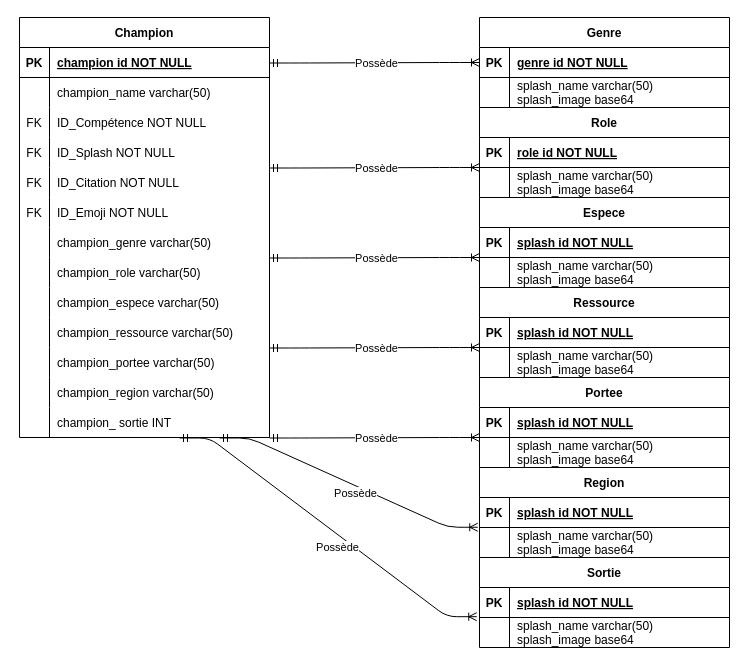
CamilleSimon/BTS2-CIEL-IR-MCD-2024-2025 keeps this draw.io diagram as Diagramme sans nom.drawio. Above is the earlier version. Source tidied: cells renumbered, new cells numbered last; positions are measured from the earlier drawing's top-left corner, leaving out a move shared by most shapes. Both pictures are drawn from the tidied source at 100%, with x=0, y=0 at pixel (19, 17).
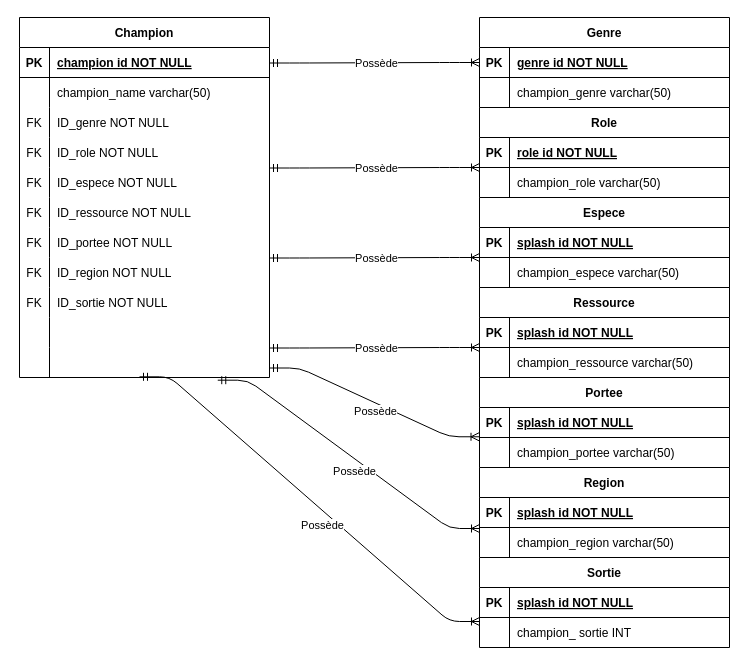
After the change.

Commit message (it also covers changes not shown here):
Mettre à jour Diagramme sans nom.drawio

Unchanged cells that the change refers to:
```xml
<mxCell id="9" style="shape=partialRectangle;fillColor=none;top=0;left=0;right=0;bottom=0;" parent="2" vertex="1">
  <mxGeometry y="90" width="250" height="30" as="geometry" />
</mxCell>
<mxCell id="12" style="shape=partialRectangle;fillColor=none;top=0;left=0;right=0;bottom=0;" parent="2" vertex="1">
  <mxGeometry y="120" width="250" height="30" as="geometry" />
</mxCell>
<mxCell id="15" style="shape=partialRectangle;fillColor=none;top=0;left=0;right=0;bottom=0;" parent="2" vertex="1">
  <mxGeometry y="150" width="250" height="30" as="geometry" />
</mxCell>
<mxCell id="18" style="shape=partialRectangle;fillColor=none;top=0;left=0;right=0;bottom=0;" parent="2" vertex="1">
  <mxGeometry y="180" width="250" height="30" as="geometry" />
</mxCell>
<mxCell id="21" style="shape=partialRectangle;fillColor=none;top=0;left=0;right=0;bottom=0;" parent="2" vertex="1">
  <mxGeometry y="210" width="250" height="30" as="geometry" />
</mxCell>
<mxCell id="24" style="shape=partialRectangle;fillColor=none;top=0;left=0;right=0;bottom=0;" parent="2" vertex="1">
  <mxGeometry y="240" width="250" height="30" as="geometry" />
</mxCell>
<mxCell id="27" style="shape=partialRectangle;fillColor=none;top=0;left=0;right=0;bottom=0;" parent="2" vertex="1">
  <mxGeometry y="270" width="250" height="30" as="geometry" />
</mxCell>
<mxCell id="30" style="shape=partialRectangle;fillColor=none;top=0;left=0;right=0;bottom=0;" parent="2" vertex="1">
  <mxGeometry y="300" width="250" height="30" as="geometry" />
</mxCell>
<mxCell id="33" style="shape=partialRectangle;fillColor=none;points=[[0,0.5],[1,0.5]];portConstraint=eastwest;top=0;left=0;right=0;bottom=0;" parent="2" vertex="1">
  <mxGeometry y="330" width="250" height="30" as="geometry" />
</mxCell>
<mxCell id="46" style="shape=partialRectangle;fillColor=none;top=0;left=0;right=0;bottom=0;" parent="42" vertex="1">
  <mxGeometry y="60" width="250" height="30" as="geometry" />
</mxCell>
<mxCell id="53" style="shape=partialRectangle;fillColor=none;top=0;left=0;right=0;bottom=0;" parent="49" vertex="1">
  <mxGeometry y="60" width="250" height="30" as="geometry" />
</mxCell>
<mxCell id="60" style="shape=partialRectangle;fillColor=none;top=0;left=0;right=0;bottom=0;" parent="56" vertex="1">
  <mxGeometry y="60" width="250" height="30" as="geometry" />
</mxCell>
<mxCell id="67" style="shape=partialRectangle;fillColor=none;top=0;left=0;right=0;bottom=0;" parent="63" vertex="1">
  <mxGeometry y="60" width="250" height="30" as="geometry" />
</mxCell>
<mxCell id="74" style="shape=partialRectangle;fillColor=none;points=[[0,0.5],[1,0.5]];portConstraint=eastwest;top=0;left=0;right=0;bottom=0;" parent="70" vertex="1">
  <mxGeometry y="60" width="250" height="30" as="geometry" />
</mxCell>
<mxCell id="81" style="shape=partialRectangle;fillColor=none;points=[[0,0.5],[1,0.5]];portConstraint=eastwest;top=0;left=0;right=0;bottom=0;" parent="77" vertex="1">
  <mxGeometry y="60" width="250" height="30" as="geometry" />
</mxCell>
<mxCell id="88" style="shape=partialRectangle;fillColor=none;points=[[0,0.5],[1,0.5]];portConstraint=eastwest;top=0;left=0;right=0;bottom=0;" parent="84" vertex="1">
  <mxGeometry y="60" width="250" height="30" as="geometry" />
</mxCell>
```

The edit, as a diff of the source:
```diff
@@
     <mxCell id="2" value="Champion" style="shape=table;startSize=30;childLayout=tableLayout;rowLines=0;fontStyle=1;align=center;" parent="1" vertex="1">
-      <mxGeometry width="250" height="420" as="geometry" />
+      <mxGeometry width="250" height="360" as="geometry" />
     </mxCell>
@@
-    <mxCell id="11" value="ID_Compétence NOT NULL" style="shape=partialRectangle;overflow=hidden;fillColor=none;top=0;left=0;bottom=0;right=0;align=left;spacingLeft=6;" parent="9" vertex="1">
+    <mxCell id="11" value="ID_genre NOT NULL" style="shape=partialRectangle;overflow=hidden;fillColor=none;top=0;left=0;bottom=0;right=0;align=left;spacingLeft=6;" parent="9" vertex="1">
       <mxGeometry x="30" width="220" height="30" as="geometry" />
     </mxCell>
@@
-    <mxCell id="14" value="ID_Splash NOT NULL" style="shape=partialRectangle;overflow=hidden;fillColor=none;top=0;left=0;bottom=0;right=0;align=left;spacingLeft=6;" parent="12" vertex="1">
+    <mxCell id="14" value="ID_role NOT NULL" style="shape=partialRectangle;overflow=hidden;fillColor=none;top=0;left=0;bottom=0;right=0;align=left;spacingLeft=6;" parent="12" vertex="1">
       <mxGeometry x="30" width="220" height="30" as="geometry" />
     </mxCell>
@@
-    <mxCell id="17" value="ID_Citation NOT NULL" style="shape=partialRectangle;overflow=hidden;fillColor=none;top=0;left=0;bottom=0;right=0;align=left;spacingLeft=6;" parent="15" vertex="1">
+    <mxCell id="17" value="ID_espece NOT NULL" style="shape=partialRectangle;overflow=hidden;fillColor=none;top=0;left=0;bottom=0;right=0;align=left;spacingLeft=6;" parent="15" vertex="1">
       <mxGeometry x="30" width="220" height="30" as="geometry" />
     </mxCell>
@@
-    <mxCell id="20" value="ID_Emoji NOT NULL" style="shape=partialRectangle;overflow=hidden;fillColor=none;top=0;left=0;bottom=0;right=0;align=left;spacingLeft=6;" parent="18" vertex="1">
+    <mxCell id="20" value="ID_ressource NOT NULL" style="shape=partialRectangle;overflow=hidden;fillColor=none;top=0;left=0;bottom=0;right=0;align=left;spacingLeft=6;" parent="18" vertex="1">
       <mxGeometry x="30" width="220" height="30" as="geometry" />
     </mxCell>
@@
-    <mxCell id="22" style="shape=partialRectangle;overflow=hidden;fillColor=none;top=0;left=0;bottom=0;right=0;" parent="21" vertex="1">
+    <mxCell id="22" value="FK" style="shape=partialRectangle;overflow=hidden;fillColor=none;top=0;left=0;bottom=0;right=0;" parent="21" vertex="1">
       <mxGeometry width="30" height="30" as="geometry" />
     </mxCell>
-    <mxCell id="23" value="champion_genre varchar(50)" style="shape=partialRectangle;overflow=hidden;fillColor=none;top=0;left=0;bottom=0;right=0;align=left;spacingLeft=6;" parent="21" vertex="1">
+    <mxCell id="23" style="shape=partialRectangle;overflow=hidden;fillColor=none;top=0;left=0;bottom=0;right=0;align=left;spacingLeft=6;" parent="21" vertex="1">
       <mxGeometry x="30" width="220" height="30" as="geometry" />
     </mxCell>
@@
-    <mxCell id="25" style="shape=partialRectangle;overflow=hidden;fillColor=none;top=0;left=0;bottom=0;right=0;" parent="24" vertex="1">
+    <mxCell id="25" value="FK" style="shape=partialRectangle;overflow=hidden;fillColor=none;top=0;left=0;bottom=0;right=0;" parent="24" vertex="1">
       <mxGeometry width="30" height="30" as="geometry" />
     </mxCell>
-    <mxCell id="26" value="champion_role varchar(50)" style="shape=partialRectangle;overflow=hidden;fillColor=none;top=0;left=0;bottom=0;right=0;align=left;spacingLeft=6;" parent="24" vertex="1">
+    <mxCell id="26" style="shape=partialRectangle;overflow=hidden;fillColor=none;top=0;left=0;bottom=0;right=0;align=left;spacingLeft=6;" parent="24" vertex="1">
       <mxGeometry x="30" width="220" height="30" as="geometry" />
     </mxCell>
@@
-    <mxCell id="28" style="shape=partialRectangle;overflow=hidden;fillColor=none;top=0;left=0;bottom=0;right=0;" parent="27" vertex="1">
+    <mxCell id="28" value="FK" style="shape=partialRectangle;overflow=hidden;fillColor=none;top=0;left=0;bottom=0;right=0;" parent="27" vertex="1">
       <mxGeometry width="30" height="30" as="geometry" />
     </mxCell>
-    <mxCell id="29" value="champion_espece varchar(50)" style="shape=partialRectangle;overflow=hidden;fillColor=none;top=0;left=0;bottom=0;right=0;align=left;spacingLeft=6;" parent="27" vertex="1">
+    <mxCell id="29" value="ID_sortie NOT NULL" style="shape=partialRectangle;overflow=hidden;fillColor=none;top=0;left=0;bottom=0;right=0;align=left;spacingLeft=6;" parent="27" vertex="1">
       <mxGeometry x="30" width="220" height="30" as="geometry" />
     </mxCell>
@@
-    <mxCell id="32" value="champion_ressource varchar(50)" style="shape=partialRectangle;overflow=hidden;fillColor=none;top=0;left=0;bottom=0;right=0;align=left;spacingLeft=6;" parent="30" vertex="1">
+    <mxCell id="32" style="shape=partialRectangle;overflow=hidden;fillColor=none;top=0;left=0;bottom=0;right=0;align=left;spacingLeft=6;" parent="30" vertex="1">
       <mxGeometry x="30" width="220" height="30" as="geometry" />
     </mxCell>
@@
-    <mxCell id="35" value="champion_portee varchar(50)" style="shape=partialRectangle;overflow=hidden;fillColor=none;top=0;left=0;bottom=0;right=0;align=left;spacingLeft=6;" parent="33" vertex="1">
+    <mxCell id="35" style="shape=partialRectangle;overflow=hidden;fillColor=none;top=0;left=0;bottom=0;right=0;align=left;spacingLeft=6;" parent="33" vertex="1">
       <mxGeometry x="30" width="220" height="30" as="geometry" />
     </mxCell>
-    <mxCell id="36" style="shape=partialRectangle;fillColor=none;top=0;left=0;right=0;bottom=0;" parent="2" vertex="1">
-      <mxGeometry y="360" width="250" height="30" as="geometry" />
-    </mxCell>
-    <mxCell id="37" style="shape=partialRectangle;overflow=hidden;fillColor=none;top=0;left=0;bottom=0;right=0;" parent="36" vertex="1">
-      <mxGeometry width="30" height="30" as="geometry" />
-    </mxCell>
-    <mxCell id="38" value="champion_region varchar(50)" style="shape=partialRectangle;overflow=hidden;fillColor=none;top=0;left=0;bottom=0;right=0;align=left;spacingLeft=6;" parent="36" vertex="1">
-      <mxGeometry x="30" width="220" height="30" as="geometry" />
-    </mxCell>
-    <mxCell id="39" style="shape=partialRectangle;fillColor=none;top=0;left=0;right=0;bottom=0;" parent="2" vertex="1">
-      <mxGeometry y="390" width="250" height="30" as="geometry" />
-    </mxCell>
-    <mxCell id="40" style="shape=partialRectangle;overflow=hidden;fillColor=none;top=0;left=0;bottom=0;right=0;" parent="39" vertex="1">
-      <mxGeometry width="30" height="30" as="geometry" />
-    </mxCell>
-    <mxCell id="41" value="champion_ sortie INT" style="shape=partialRectangle;overflow=hidden;fillColor=none;top=0;left=0;bottom=0;right=0;align=left;spacingLeft=6;" parent="39" vertex="1">
-      <mxGeometry x="30" width="220" height="30" as="geometry" />
-    </mxCell>
@@
-    <mxCell id="48" value="splash_name varchar(50)&#10;splash_image base64" style="shape=partialRectangle;overflow=hidden;fillColor=none;top=0;left=0;bottom=0;right=0;align=left;spacingLeft=6;" parent="46" vertex="1">
+    <mxCell id="48" value="champion_genre varchar(50)" style="shape=partialRectangle;overflow=hidden;fillColor=none;top=0;left=0;bottom=0;right=0;align=left;spacingLeft=6;" parent="46" vertex="1">
       <mxGeometry x="30" width="220" height="30" as="geometry" />
     </mxCell>
@@
-    <mxCell id="55" value="splash_name varchar(50)&#10;splash_image base64" style="shape=partialRectangle;overflow=hidden;fillColor=none;top=0;left=0;bottom=0;right=0;align=left;spacingLeft=6;" parent="53" vertex="1">
+    <mxCell id="55" value="champion_role varchar(50)" style="shape=partialRectangle;overflow=hidden;fillColor=none;top=0;left=0;bottom=0;right=0;align=left;spacingLeft=6;" parent="53" vertex="1">
       <mxGeometry x="30" width="220" height="30" as="geometry" />
     </mxCell>
@@
-    <mxCell id="62" value="splash_name varchar(50)&#10;splash_image base64" style="shape=partialRectangle;overflow=hidden;fillColor=none;top=0;left=0;bottom=0;right=0;align=left;spacingLeft=6;" parent="60" vertex="1">
+    <mxCell id="62" value="champion_ressource varchar(50)" style="shape=partialRectangle;overflow=hidden;fillColor=none;top=0;left=0;bottom=0;right=0;align=left;spacingLeft=6;" parent="60" vertex="1">
       <mxGeometry x="30" width="220" height="30" as="geometry" />
     </mxCell>
@@
-    <mxCell id="69" value="splash_name varchar(50)&#10;splash_image base64" style="shape=partialRectangle;overflow=hidden;fillColor=none;top=0;left=0;bottom=0;right=0;align=left;spacingLeft=6;" parent="67" vertex="1">
+    <mxCell id="69" value="champion_espece varchar(50)" style="shape=partialRectangle;overflow=hidden;fillColor=none;top=0;left=0;bottom=0;right=0;align=left;spacingLeft=6;" parent="67" vertex="1">
       <mxGeometry x="30" width="220" height="30" as="geometry" />
     </mxCell>
@@
-    <mxCell id="76" value="splash_name varchar(50)&#10;splash_image base64" style="shape=partialRectangle;overflow=hidden;fillColor=none;top=0;left=0;bottom=0;right=0;align=left;spacingLeft=6;" parent="74" vertex="1">
+    <mxCell id="76" value="champion_portee varchar(50)" style="shape=partialRectangle;overflow=hidden;fillColor=none;top=0;left=0;bottom=0;right=0;align=left;spacingLeft=6;" parent="74" vertex="1">
       <mxGeometry x="30" width="220" height="30" as="geometry" />
     </mxCell>
@@
-    <mxCell id="83" value="splash_name varchar(50)&#10;splash_image base64" style="shape=partialRectangle;overflow=hidden;fillColor=none;top=0;left=0;bottom=0;right=0;align=left;spacingLeft=6;" parent="81" vertex="1">
+    <mxCell id="83" value="champion_region varchar(50)" style="shape=partialRectangle;overflow=hidden;fillColor=none;top=0;left=0;bottom=0;right=0;align=left;spacingLeft=6;" parent="81" vertex="1">
       <mxGeometry x="30" width="220" height="30" as="geometry" />
     </mxCell>
@@
-    <mxCell id="90" value="splash_name varchar(50)&#10;splash_image base64" style="shape=partialRectangle;overflow=hidden;fillColor=none;top=0;left=0;bottom=0;right=0;align=left;spacingLeft=6;" parent="88" vertex="1">
+    <mxCell id="90" value="champion_ sortie INT" style="shape=partialRectangle;overflow=hidden;fillColor=none;top=0;left=0;bottom=0;right=0;align=left;spacingLeft=6;" parent="88" vertex="1">
       <mxGeometry x="30" width="220" height="30" as="geometry" />
     </mxCell>
@@
-    <mxCell id="99" style="edgeStyle=entityRelationEdgeStyle;endArrow=ERoneToMany;startArrow=ERmandOne;endFill=0;startFill=0;entryX=0;entryY=0.5;entryDx=0;entryDy=0;" parent="1" edge="1">
-      <mxGeometry relative="1" as="geometry">
-        <mxPoint x="250" y="420.5" as="sourcePoint" />
-        <mxPoint x="460" y="420" as="targetPoint" />
-        <Array as="points">
-          <mxPoint x="340" y="435" />
-        </Array>
-      </mxGeometry>
-    </mxCell>
-    <mxCell id="100" value="Possède" style="edgeLabel;html=1;align=center;verticalAlign=middle;" parent="99" vertex="1">
-      <mxGeometry x="0.18" relative="1" as="geometry">
-        <mxPoint x="-17" as="offset" />
-      </mxGeometry>
-    </mxCell>
-    <mxCell id="101" style="edgeStyle=entityRelationEdgeStyle;endArrow=ERoneToMany;startArrow=ERmandOne;endFill=0;startFill=0;entryX=-0.007;entryY=-0.008;entryDx=0;entryDy=0;entryPerimeter=0;" parent="1" edge="1" target="81">
-      <mxGeometry relative="1" as="geometry">
-        <mxPoint x="200" y="420.5" as="sourcePoint" />
-        <Array as="points">
-          <mxPoint x="290" y="435" />
-        </Array>
-      </mxGeometry>
-    </mxCell>
-    <mxCell id="102" value="Possède" style="edgeLabel;html=1;align=center;verticalAlign=middle;" parent="101" vertex="1">
-      <mxGeometry x="0.18" relative="1" as="geometry">
-        <mxPoint x="-17" as="offset" />
-      </mxGeometry>
-    </mxCell>
-    <mxCell id="103" style="edgeStyle=entityRelationEdgeStyle;endArrow=ERoneToMany;startArrow=ERmandOne;endFill=0;startFill=0;entryX=-0.011;entryY=-0.027;entryDx=0;entryDy=0;entryPerimeter=0;" parent="1" edge="1" target="88">
-      <mxGeometry relative="1" as="geometry">
-        <mxPoint x="160" y="420.5" as="sourcePoint" />
-        <Array as="points">
-          <mxPoint x="250" y="435" />
-        </Array>
-      </mxGeometry>
-    </mxCell>
-    <mxCell id="104" value="Possède" style="edgeLabel;html=1;align=center;verticalAlign=middle;" parent="103" vertex="1">
-      <mxGeometry x="0.18" relative="1" as="geometry">
-        <mxPoint x="-17" as="offset" />
-      </mxGeometry>
-    </mxCell>
+    <mxCell id="105" value="ID_portee NOT NULL" style="shape=partialRectangle;overflow=hidden;fillColor=none;top=0;left=0;bottom=0;right=0;align=left;spacingLeft=6;" parent="1" vertex="1">
+      <mxGeometry x="30" y="210" width="220" height="30" as="geometry" />
+    </mxCell>
+    <mxCell id="106" value="ID_region NOT NULL" style="shape=partialRectangle;overflow=hidden;fillColor=none;top=0;left=0;bottom=0;right=0;align=left;spacingLeft=6;" parent="1" vertex="1">
+      <mxGeometry x="30" y="240" width="220" height="30" as="geometry" />
+    </mxCell>
+    <mxCell id="107" style="edgeStyle=entityRelationEdgeStyle;endArrow=ERoneToMany;startArrow=ERmandOne;endFill=0;startFill=0;entryX=-0.002;entryY=-0.024;entryDx=0;entryDy=0;entryPerimeter=0;" parent="1" edge="1" target="74">
+      <mxGeometry relative="1" as="geometry">
+        <mxPoint x="250" y="350.5" as="sourcePoint" />
+        <Array as="points">
+          <mxPoint x="340" y="365" />
+        </Array>
+      </mxGeometry>
+    </mxCell>
+    <mxCell id="108" value="Possède" style="edgeLabel;html=1;align=center;verticalAlign=middle;" parent="107" vertex="1">
+      <mxGeometry x="0.18" relative="1" as="geometry">
+        <mxPoint x="-17" as="offset" />
+      </mxGeometry>
+    </mxCell>
+    <mxCell id="109" style="edgeStyle=entityRelationEdgeStyle;endArrow=ERoneToMany;startArrow=ERmandOne;endFill=0;startFill=0;exitX=0.793;exitY=1.09;exitDx=0;exitDy=0;exitPerimeter=0;" parent="1" edge="1" source="33">
+      <mxGeometry relative="1" as="geometry">
+        <mxPoint x="460" y="511" as="targetPoint" />
+        <Array as="points">
+          <mxPoint x="300" y="495" />
+        </Array>
+      </mxGeometry>
+    </mxCell>
+    <mxCell id="110" value="Possède" style="edgeLabel;html=1;align=center;verticalAlign=middle;" parent="109" vertex="1">
+      <mxGeometry x="0.18" relative="1" as="geometry">
+        <mxPoint x="-17" as="offset" />
+      </mxGeometry>
+    </mxCell>
+    <mxCell id="111" style="edgeStyle=entityRelationEdgeStyle;endArrow=ERoneToMany;startArrow=ERmandOne;endFill=0;startFill=0;" parent="1" edge="1">
+      <mxGeometry relative="1" as="geometry">
+        <mxPoint x="120" y="359.3" as="sourcePoint" />
+        <mxPoint x="460" y="604" as="targetPoint" />
+        <Array as="points">
+          <mxPoint x="210" y="373.8" />
+        </Array>
+      </mxGeometry>
+    </mxCell>
+    <mxCell id="112" value="Possède" style="edgeLabel;html=1;align=center;verticalAlign=middle;" parent="111" vertex="1">
+      <mxGeometry x="0.18" relative="1" as="geometry">
+        <mxPoint x="-17" as="offset" />
+      </mxGeometry>
+    </mxCell>
```
